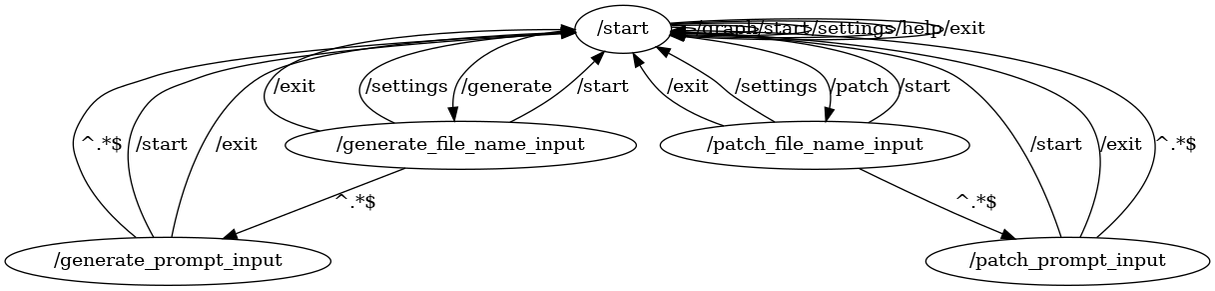
Earlier version of the Graphviz export flows/morph.png (VasyaLutiy/MorphReborn). Its source is kept beside it as flows/morph.dot.
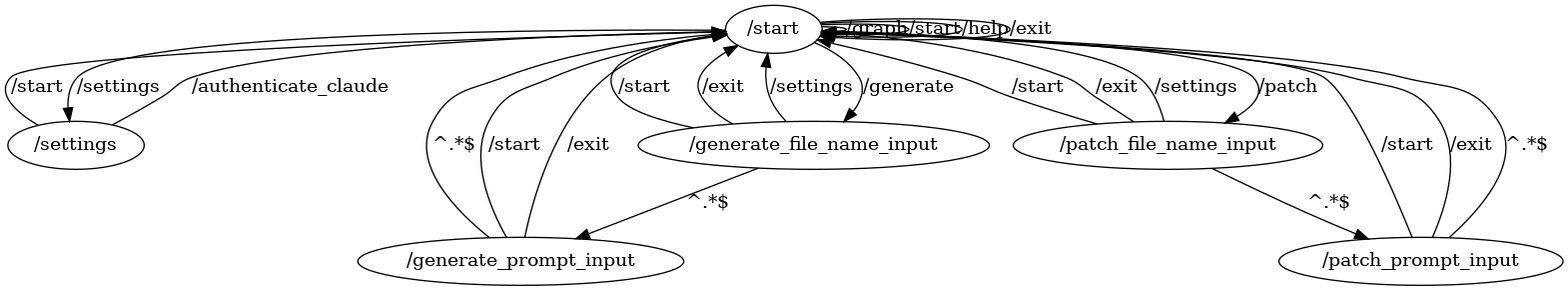
After the commit.

Commit message:
- integrated the Claude authenticator.

Change to the diagram source:
```diff
@@ -1,7 +1,9 @@
 digraph G {
 	"/start" -> "/start" [label="/graph"]
 	"/start" -> "/start" [label="/start"]
-	"/start" -> "/start" [label="/settings"]
+	"/start" -> "/settings" [label="/settings"]
+	"/settings" -> "/start" [label="/authenticate_claude"]
+	"/settings" -> "/start" [label="/start"]
 	"/start" -> "/start" [label="/help"]
 	"/start" -> "/start" [label="/exit"]
 	"/start" -> "/generate_file_name_input" [label="/generate"]
```
